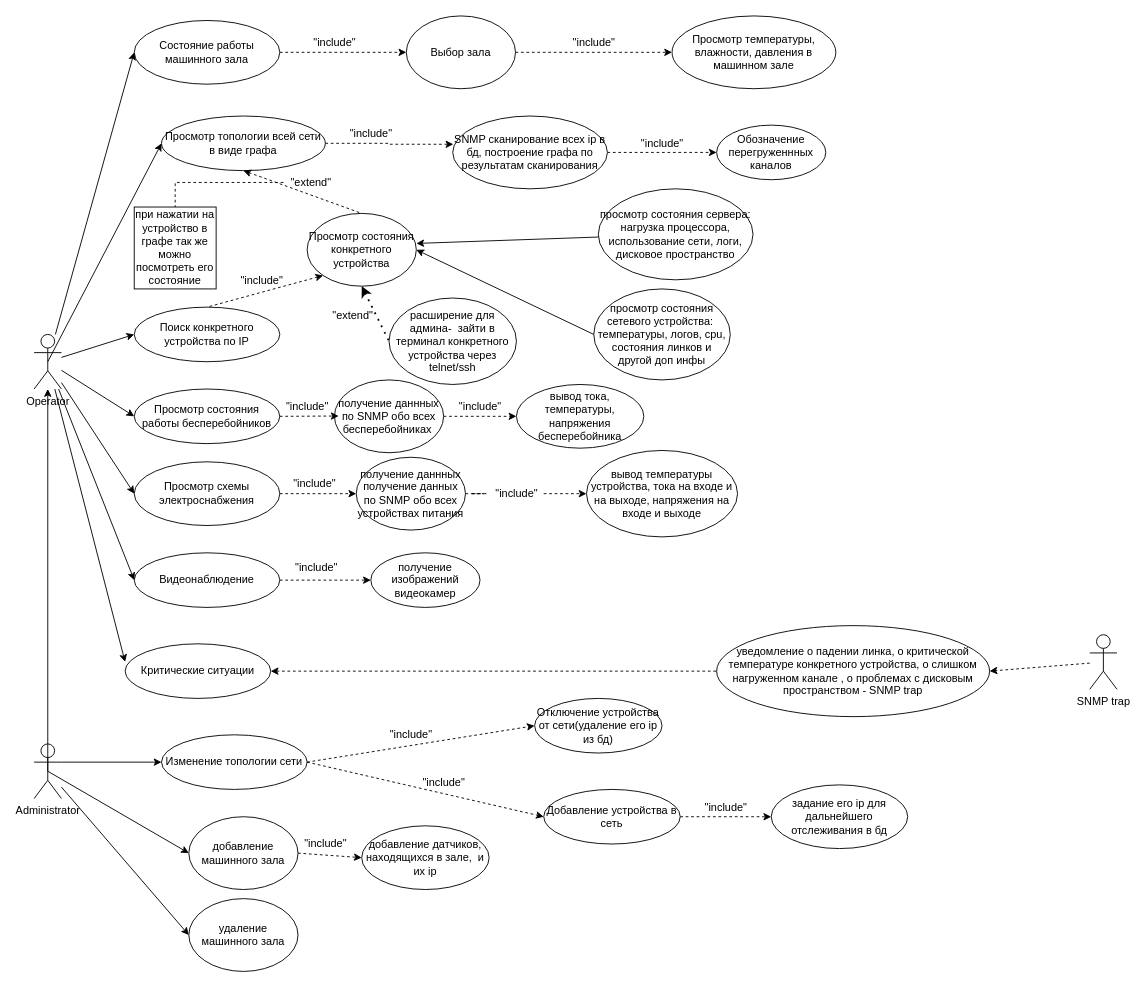
Earlier version of the draw.io diagram Untitled Diagram.drawio (sophiiako/unik). Source tidied: cells renumbered, new cells numbered last; positions are measured from the earlier drawing's top-left corner, leaving out a move shared by most shapes. Both pictures are drawn from the tidied source at 91%, with x=0, y=0 at pixel (34, 15).
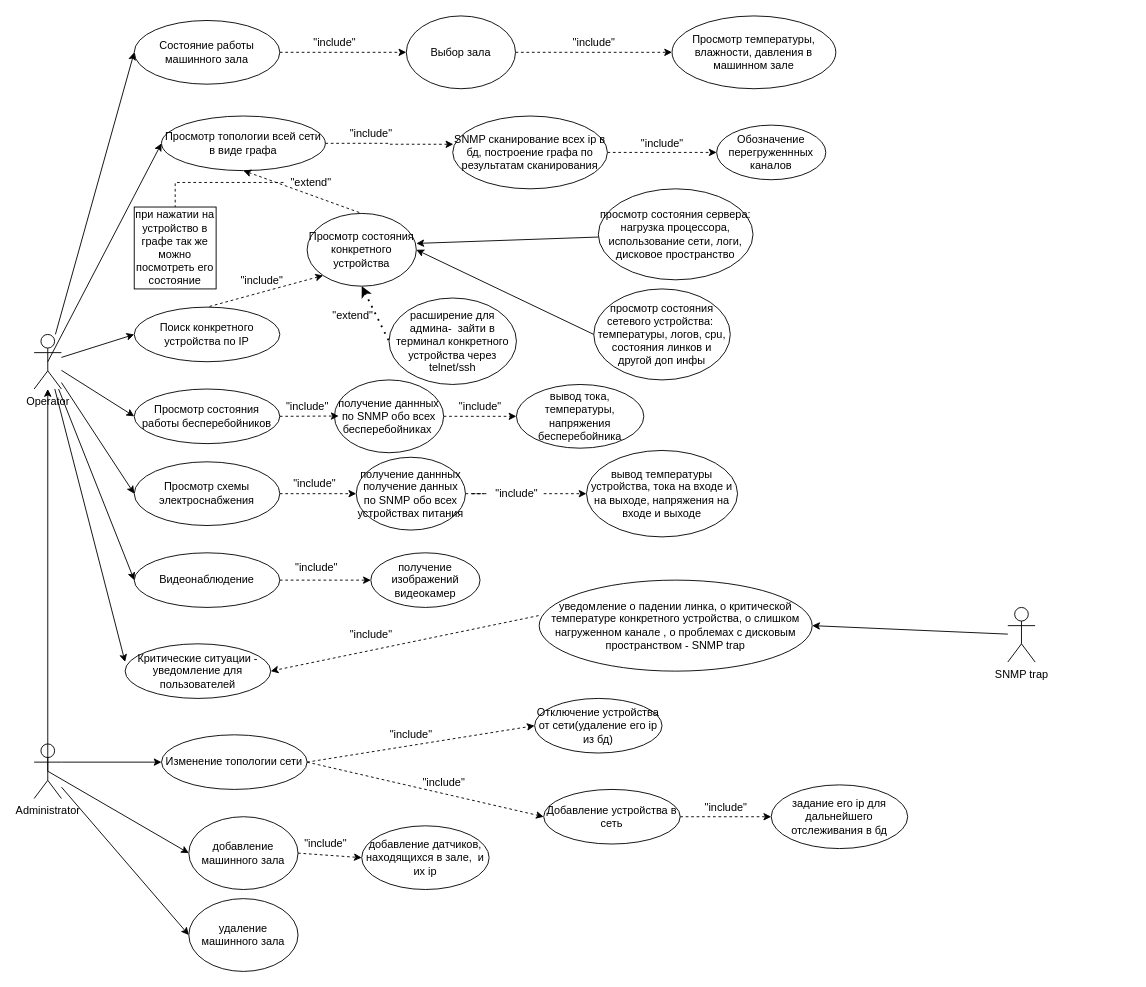
After the change.

Diff of the diagram source:
```diff
@@
-    <mxCell id="5" style="edgeStyle=orthogonalEdgeStyle;rounded=0;jettySize=auto;html=1;dashed=1;startArrow=classic;startFill=1;endArrow=none;endFill=0;" parent="1" edge="1" source="6" target="41">
-      <mxGeometry relative="1" as="geometry" />
-    </mxCell>
-    <mxCell id="6" value="Критические ситуации" style="ellipse;whiteSpace=wrap;html=1;" parent="1" vertex="1">
+    <mxCell id="6" value="Критические ситуации - уведомление для пользователей" style="ellipse;whiteSpace=wrap;html=1;" parent="1" vertex="1">
       <mxGeometry x="100" y="690" width="160" height="60" as="geometry" />
     </mxCell>
@@
     <mxCell id="41" value="уведомление о падении линка, о критической температуре конкретного устройства, о слишком нагруженном канале , о проблемах с дисковым пространством - SNMP trap" style="ellipse;whiteSpace=wrap;html=1;" parent="1" vertex="1">
-      <mxGeometry x="750" y="670" width="300" height="100" as="geometry" />
+      <mxGeometry x="555" y="620" width="300" height="100" as="geometry" />
     </mxCell>
@@
     <mxCell id="81" value="SNMP trap" style="shape=umlActor;verticalLabelPosition=bottom;verticalAlign=top;html=1;outlineConnect=0;" parent="1" vertex="1">
-      <mxGeometry x="1160" y="680" width="30" height="60" as="geometry" />
+      <mxGeometry x="1070" y="650" width="30" height="60" as="geometry" />
     </mxCell>
-    <mxCell id="82" style="endArrow=classic;html=1;rounded=0;dashed=1;entryX=1;entryY=0.5;entryDx=0;entryDy=0;" parent="1" edge="1" source="81" target="41">
+    <mxCell id="82" style="endArrow=classic;html=1;rounded=0;entryX=1;entryY=0.5;entryDx=0;entryDy=0;" parent="1" edge="1" source="81" target="41">
       <mxGeometry relative="1" as="geometry" />
     </mxCell>
+    <mxCell id="83" style="endArrow=classic;html=1;rounded=0;dashed=1;exitX=-0.002;exitY=0.39;exitDx=0;exitDy=0;exitPerimeter=0;entryX=1;entryY=0.5;entryDx=0;entryDy=0;" parent="1" edge="1" source="41" target="6">
+      <mxGeometry relative="1" as="geometry" />
+    </mxCell>
+    <mxCell id="84" value="&quot;include&quot;" style="text;html=1;align=center;verticalAlign=middle;strokeColor=none;fillColor=none;" parent="1" vertex="1">
+      <mxGeometry x="340" y="670" width="60" height="20" as="geometry" />
+    </mxCell>
```
